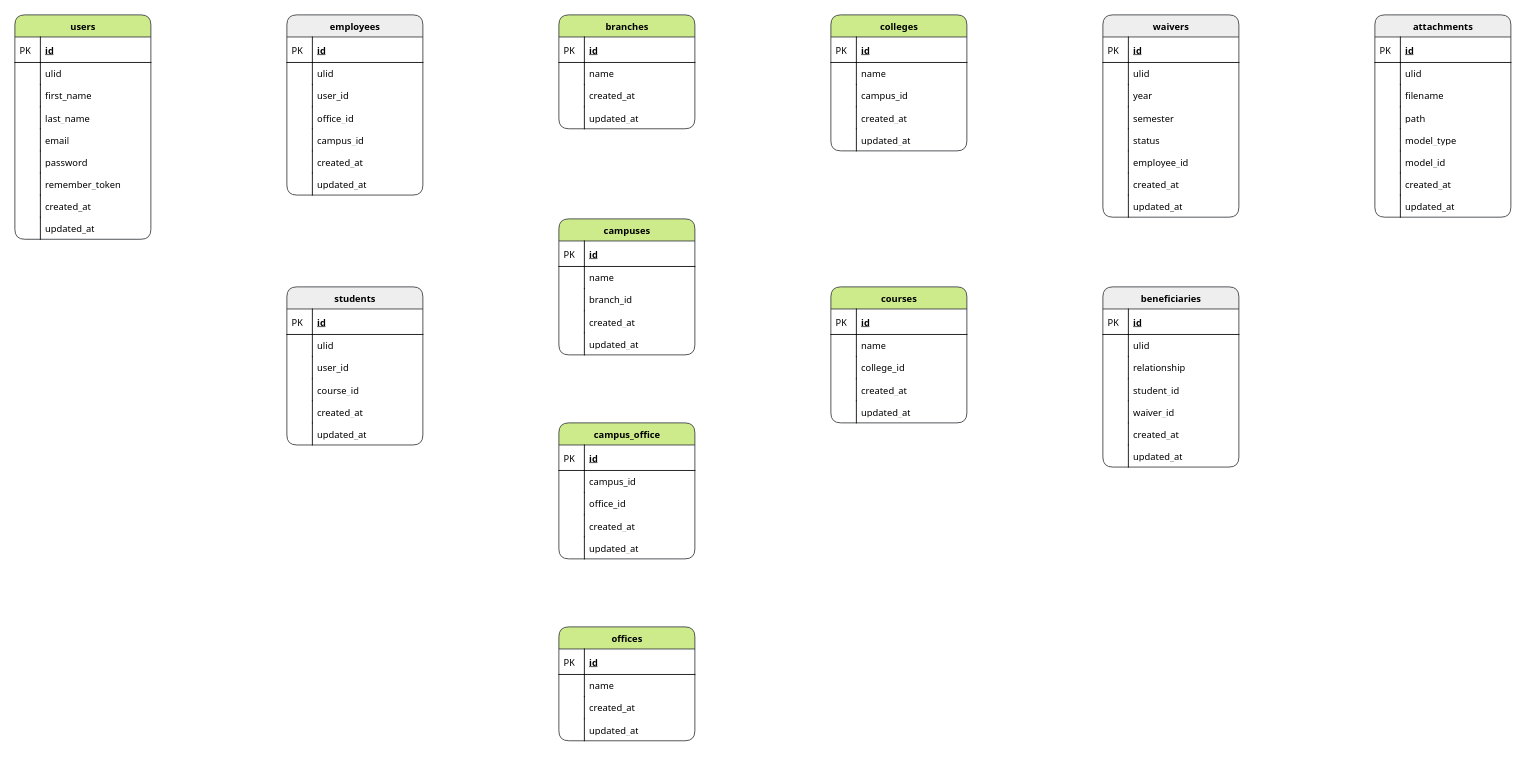
This is database/schema.drawio from ericamigo/um-vilt, a draw.io file, before an edit. Source tidied: cells renumbered, new cells numbered last; positions are measured from the earlier drawing's top-left corner, leaving out a move shared by most shapes. Both pictures are drawn from the tidied source at 85%, with x=0, y=0 at pixel (14, 14).
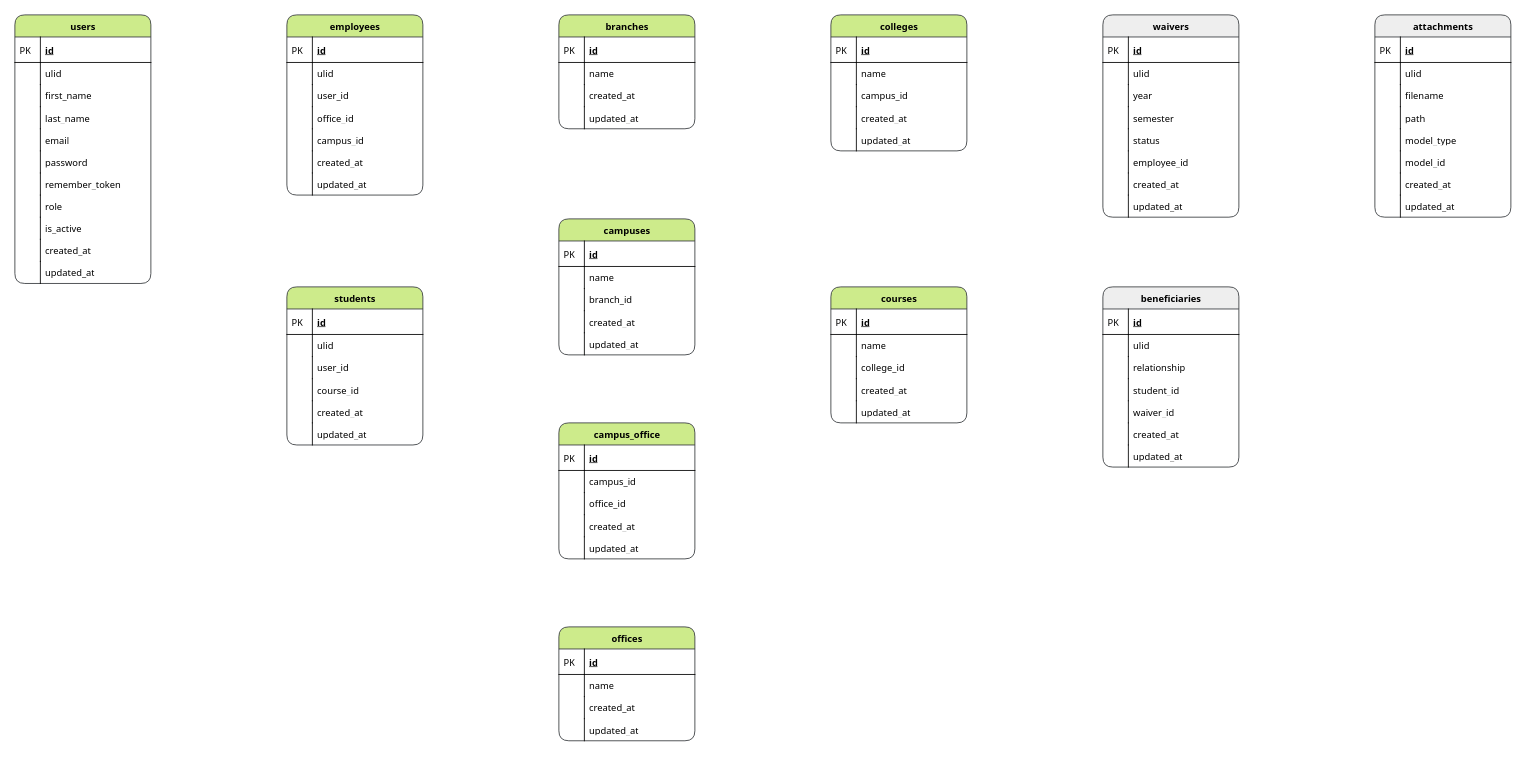
The same diagram, later.

Commit message:
lock schema

What changed in the source:
```diff
@@
     <mxCell id="2" value="users" style="swimlane;html=1;fontStyle=1;horizontal=1;startSize=26;fillColor=#cdeb8b;swimlaneFillColor=#ffffff;align=center;rounded=1;shadow=0;comic=0;labelBackgroundColor=none;strokeWidth=1;fontFamily=Tahoma;fontSize=11;strokeColor=#36393d;" parent="1" vertex="1">
-      <mxGeometry width="160" height="264" as="geometry" />
+      <mxGeometry width="160" height="316" as="geometry" />
     </mxCell>
@@
+    <mxCell id="160" value="role" style="shape=partialRectangle;top=0;left=0;right=0;bottom=0;html=1;align=left;verticalAlign=top;fillColor=none;spacingLeft=34;spacingRight=4;whiteSpace=wrap;overflow=hidden;fontFamily=Tahoma;fontSize=11;fontStyle=0;" parent="2" vertex="1">
+      <mxGeometry y="212" width="160" height="26" as="geometry" />
+    </mxCell>
+    <mxCell id="161" style="shape=partialRectangle;top=0;left=0;bottom=0;html=1;fillColor=none;align=left;verticalAlign=top;spacingLeft=4;spacingRight=4;whiteSpace=wrap;overflow=hidden;fontFamily=Tahoma;fontSize=11;" parent="160" vertex="1">
+      <mxGeometry width="30" height="26" as="geometry" />
+    </mxCell>
+    <mxCell id="162" value="is_active" style="shape=partialRectangle;top=0;left=0;right=0;bottom=0;html=1;align=left;verticalAlign=top;fillColor=none;spacingLeft=34;spacingRight=4;whiteSpace=wrap;overflow=hidden;fontFamily=Tahoma;fontSize=11;fontStyle=0;" parent="2" vertex="1">
+      <mxGeometry y="238" width="160" height="26" as="geometry" />
+    </mxCell>
+    <mxCell id="163" style="shape=partialRectangle;top=0;left=0;bottom=0;html=1;fillColor=none;align=left;verticalAlign=top;spacingLeft=4;spacingRight=4;whiteSpace=wrap;overflow=hidden;fontFamily=Tahoma;fontSize=11;" parent="162" vertex="1">
+      <mxGeometry width="30" height="26" as="geometry" />
+    </mxCell>
     <mxCell id="17" value="created_at" style="shape=partialRectangle;top=0;left=0;right=0;bottom=0;html=1;align=left;verticalAlign=top;fillColor=none;spacingLeft=34;spacingRight=4;whiteSpace=wrap;overflow=hidden;fontFamily=Tahoma;fontSize=11;" parent="2" vertex="1">
-      <mxGeometry y="212" width="160" height="26" as="geometry" />
+      <mxGeometry y="264" width="160" height="26" as="geometry" />
     </mxCell>
@@
     <mxCell id="19" value="updated_at" style="shape=partialRectangle;top=0;left=0;right=0;bottom=0;html=1;align=left;verticalAlign=top;fillColor=none;spacingLeft=34;spacingRight=4;whiteSpace=wrap;overflow=hidden;fontFamily=Tahoma;fontSize=11;" parent="2" vertex="1">
-      <mxGeometry y="238" width="160" height="26" as="geometry" />
+      <mxGeometry y="290" width="160" height="26" as="geometry" />
     </mxCell>
@@
-    <mxCell id="21" value="employees" style="swimlane;html=1;fontStyle=1;horizontal=1;startSize=26;fillColor=#eeeeee;swimlaneFillColor=#ffffff;align=center;rounded=1;shadow=0;comic=0;labelBackgroundColor=none;strokeWidth=1;fontFamily=Tahoma;fontSize=11;strokeColor=#36393d;" parent="1" vertex="1">
+    <mxCell id="21" value="employees" style="swimlane;html=1;fontStyle=1;horizontal=1;startSize=26;fillColor=#cdeb8b;swimlaneFillColor=#ffffff;align=center;rounded=1;shadow=0;comic=0;labelBackgroundColor=none;strokeWidth=1;fontFamily=Tahoma;fontSize=11;strokeColor=#36393d;" parent="1" vertex="1">
       <mxGeometry x="320" width="160" height="212" as="geometry" />
     </mxCell>
@@
-    <mxCell id="36" value="students" style="swimlane;html=1;fontStyle=1;horizontal=1;startSize=26;fillColor=#eeeeee;swimlaneFillColor=#ffffff;align=center;rounded=1;shadow=0;comic=0;labelBackgroundColor=none;strokeWidth=1;fontFamily=Tahoma;fontSize=11;strokeColor=#36393d;" parent="1" vertex="1">
+    <mxCell id="36" value="students" style="swimlane;html=1;fontStyle=1;horizontal=1;startSize=26;fillColor=#cdeb8b;swimlaneFillColor=#ffffff;align=center;rounded=1;shadow=0;comic=0;labelBackgroundColor=none;strokeWidth=1;fontFamily=Tahoma;fontSize=11;strokeColor=#36393d;" parent="1" vertex="1">
       <mxGeometry x="320" y="320" width="160" height="186" as="geometry" />
     </mxCell>
```
